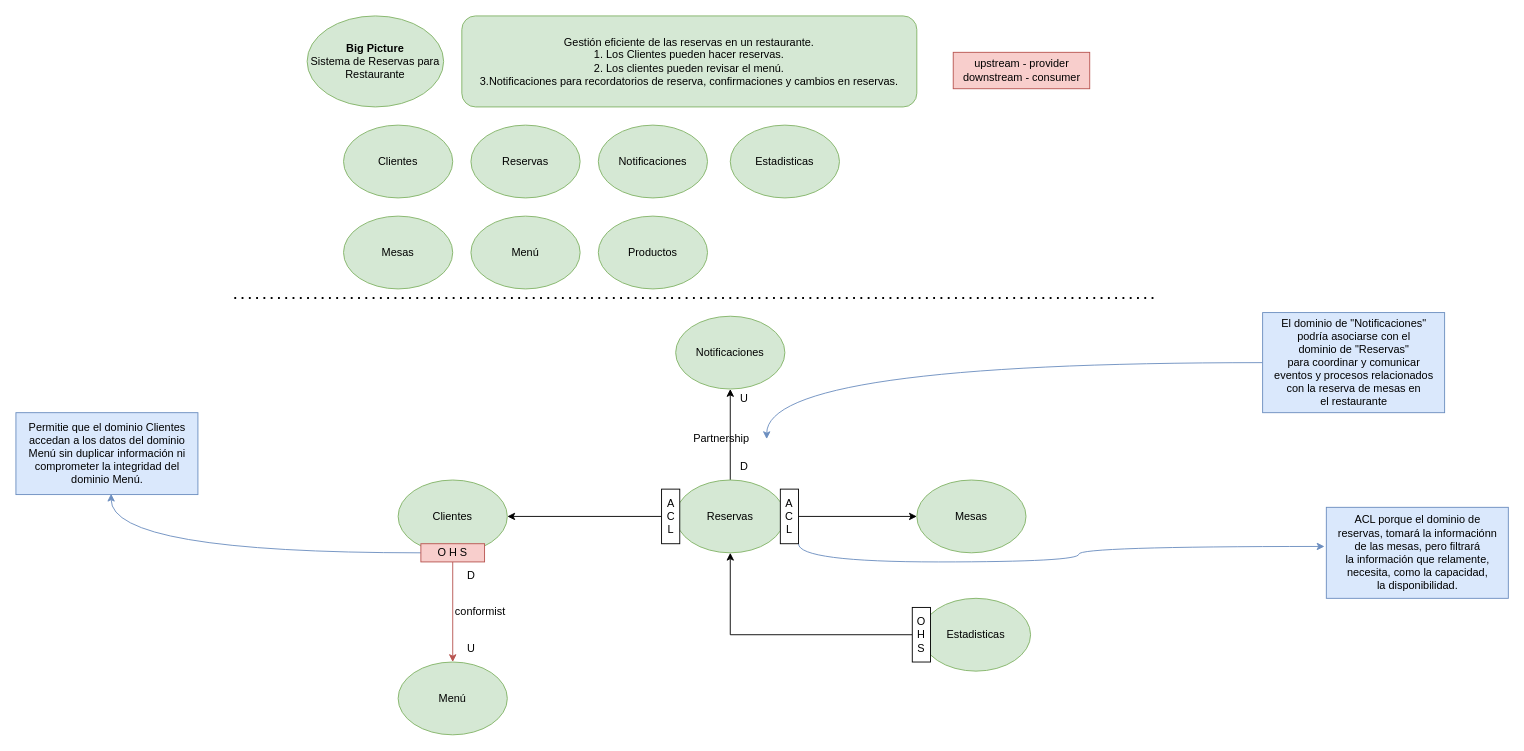
Earlier version of the draw.io diagram page "Modelado estratégico" (1 of 12) of Restaurante_Disenio.drawio (andrescardo98/doo). Source tidied: cells renumbered, new cells numbered last; positions are measured from the earlier drawing's top-left corner, leaving out a move shared by most shapes. Both pictures are drawn from the tidied source at 91%, with x=0, y=0 at pixel (15, 15).
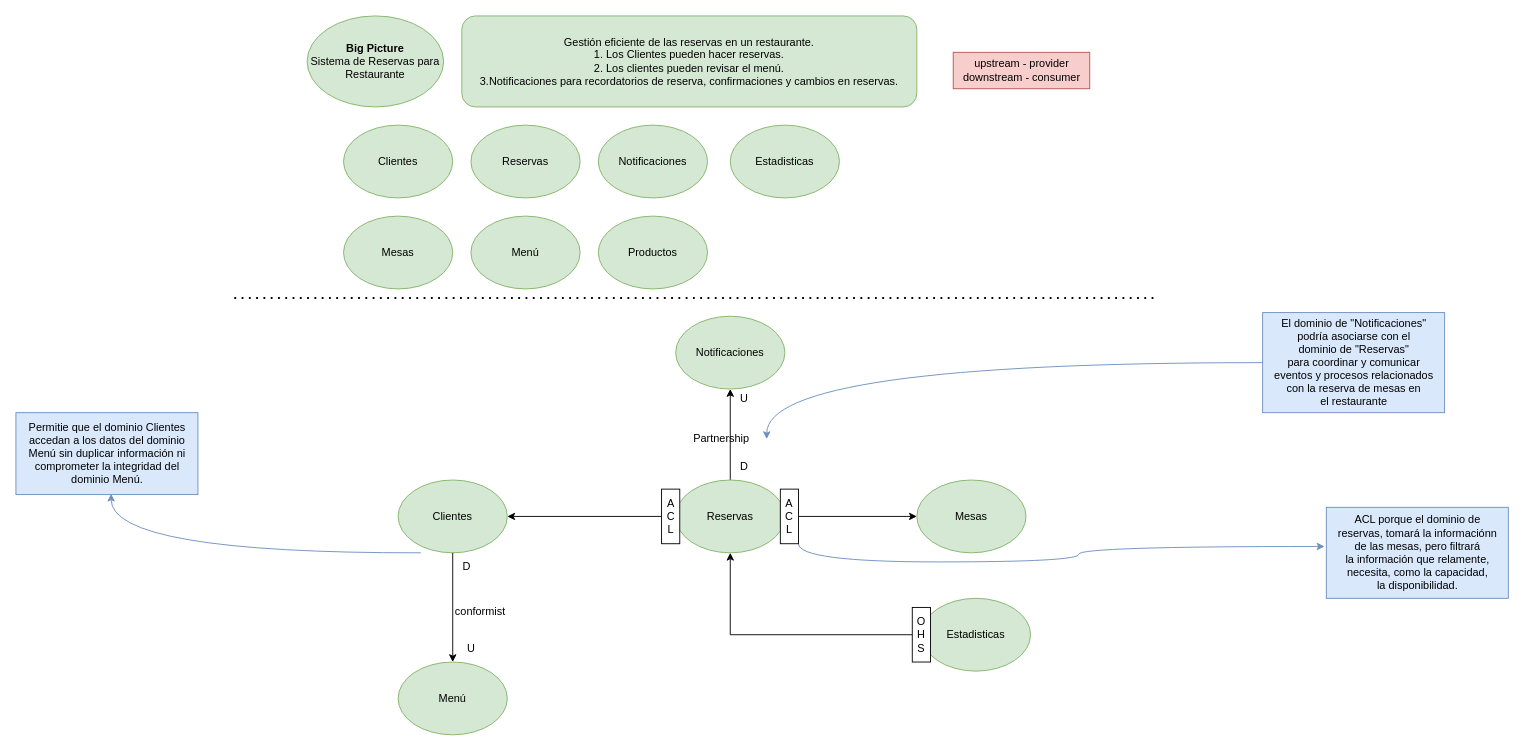
The same page after the edit.

The change refers to these unchanged cells:
```xml
<mxCell id="10" value="Clientes" style="ellipse;whiteSpace=wrap;html=1;fillColor=#d5e8d4;strokeColor=#82b366;" parent="1" vertex="1">
  <mxGeometry x="420" y="510" width="120" height="80" as="geometry" />
</mxCell>
<mxCell id="16" value="Menú" style="ellipse;whiteSpace=wrap;html=1;fillColor=#d5e8d4;strokeColor=#82b366;" parent="1" vertex="1">
  <mxGeometry x="420" y="710" width="120" height="80" as="geometry" />
</mxCell>
<mxCell id="30" value="Permitie que el dominio Clientes &lt;br&gt;accedan a los datos del dominio &lt;br&gt;Menú sin duplicar información ni &lt;br&gt;comprometer la integridad del &lt;br&gt;dominio Menú." style="text;html=1;align=center;verticalAlign=middle;points=[];strokeColor=#6c8ebf;fillColor=#dae8fc;" parent="1" vertex="1">
  <mxGeometry y="436" width="200" height="90" as="geometry" />
</mxCell>
```

What changed in the source:
```diff
@@
-    <mxCell id="27" style="edgeStyle=orthogonalEdgeStyle;rounded=0;jettySize=auto;html=1;entryX=0.5;entryY=0;entryDx=0;entryDy=0;fillColor=#f8cecc;strokeColor=#b85450;" parent="1" edge="1" source="29" target="16">
+    <mxCell id="27" style="edgeStyle=orthogonalEdgeStyle;rounded=0;jettySize=auto;html=1;entryX=0.5;entryY=0;entryDx=0;entryDy=0;exitX=0.5;exitY=1;exitDx=0;exitDy=0;" parent="1" edge="1" source="10" target="16">
       <mxGeometry relative="1" as="geometry" />
     </mxCell>
-    <mxCell id="28" style="edgeStyle=orthogonalEdgeStyle;rounded=0;jettySize=auto;html=1;exitX=0;exitY=0.5;exitDx=0;exitDy=0;entryX=0.523;entryY=0.99;entryDx=0;entryDy=0;entryPerimeter=0;curved=1;fillColor=#dae8fc;strokeColor=#6c8ebf;" parent="1" edge="1" source="29" target="30">
-      <mxGeometry relative="1" as="geometry" />
+    <mxCell id="28" style="edgeStyle=orthogonalEdgeStyle;rounded=0;jettySize=auto;html=1;exitX=0;exitY=0.5;exitDx=0;exitDy=0;entryX=0.523;entryY=0.99;entryDx=0;entryDy=0;entryPerimeter=0;curved=1;fillColor=#dae8fc;strokeColor=#6c8ebf;" parent="1" edge="1" target="30">
+      <mxGeometry relative="1" as="geometry">
+        <mxPoint x="445" y="590" as="sourcePoint" />
+      </mxGeometry>
     </mxCell>
-    <mxCell id="29" value="O H S" style="rounded=0;whiteSpace=wrap;html=1;fillColor=#f8cecc;strokeColor=#b85450;" parent="1" vertex="1">
-      <mxGeometry x="445" y="580" width="70" height="20" as="geometry" />
-    </mxCell>
@@
     <mxCell id="38" value="D" style="text;html=1;align=center;verticalAlign=middle;strokeColor=none;fillColor=none;" parent="1" vertex="1">
-      <mxGeometry x="485" y="600" width="30" height="30" as="geometry" />
+      <mxGeometry x="480" y="590" width="30" height="30" as="geometry" />
     </mxCell>
```
